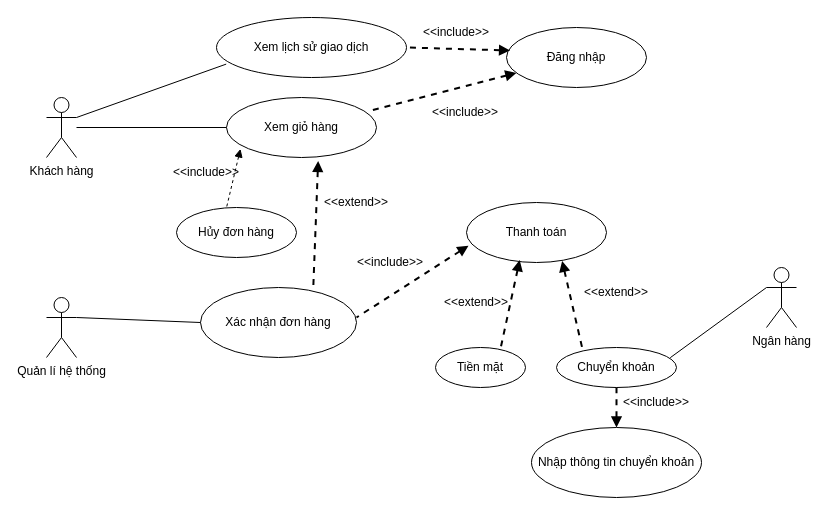
Earlier version of the draw.io diagram Use Case Diagram/Cart_Checkout.drawio (NguyenThaiDung2003/IT3120Nhom11). Source tidied: cells renumbered, new cells numbered last; positions are measured from the earlier drawing's top-left corner, leaving out a move shared by most shapes. Both pictures are drawn from the tidied source at 100%, with x=0, y=0 at pixel (46, 17).
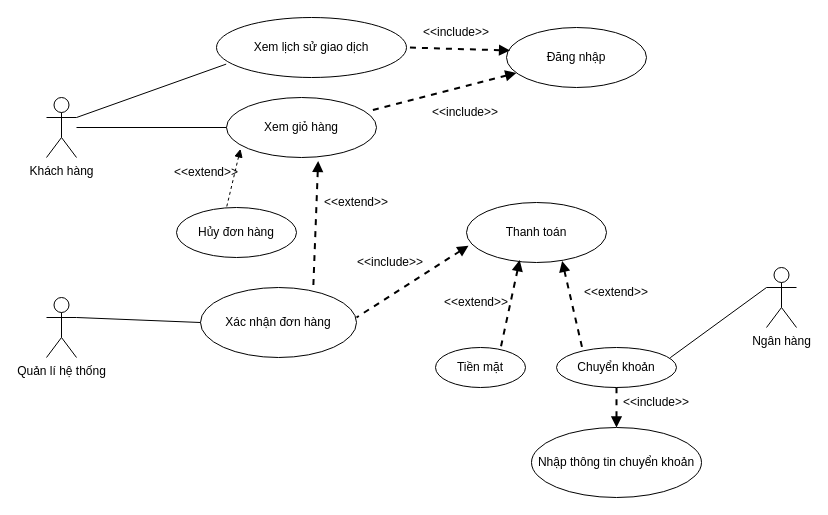
Above is the later version.

Commit message:
Sửa mối quan hệ giữa hủy đơn và xem giỏ hàng

What changed in the source:
```diff
@@
-    <mxCell id="23" value="&amp;lt;&amp;lt;include&amp;gt;&amp;gt;" style="text;html=1;align=center;verticalAlign=middle;whiteSpace=wrap;rounded=0;" parent="1" vertex="1">
+    <mxCell id="23" value="&amp;lt;&amp;lt;extend&amp;gt;&amp;gt;" style="text;html=1;align=center;verticalAlign=middle;whiteSpace=wrap;rounded=0;" parent="1" vertex="1">
       <mxGeometry x="130" y="140" width="60" height="30" as="geometry" />
     </mxCell>
```
